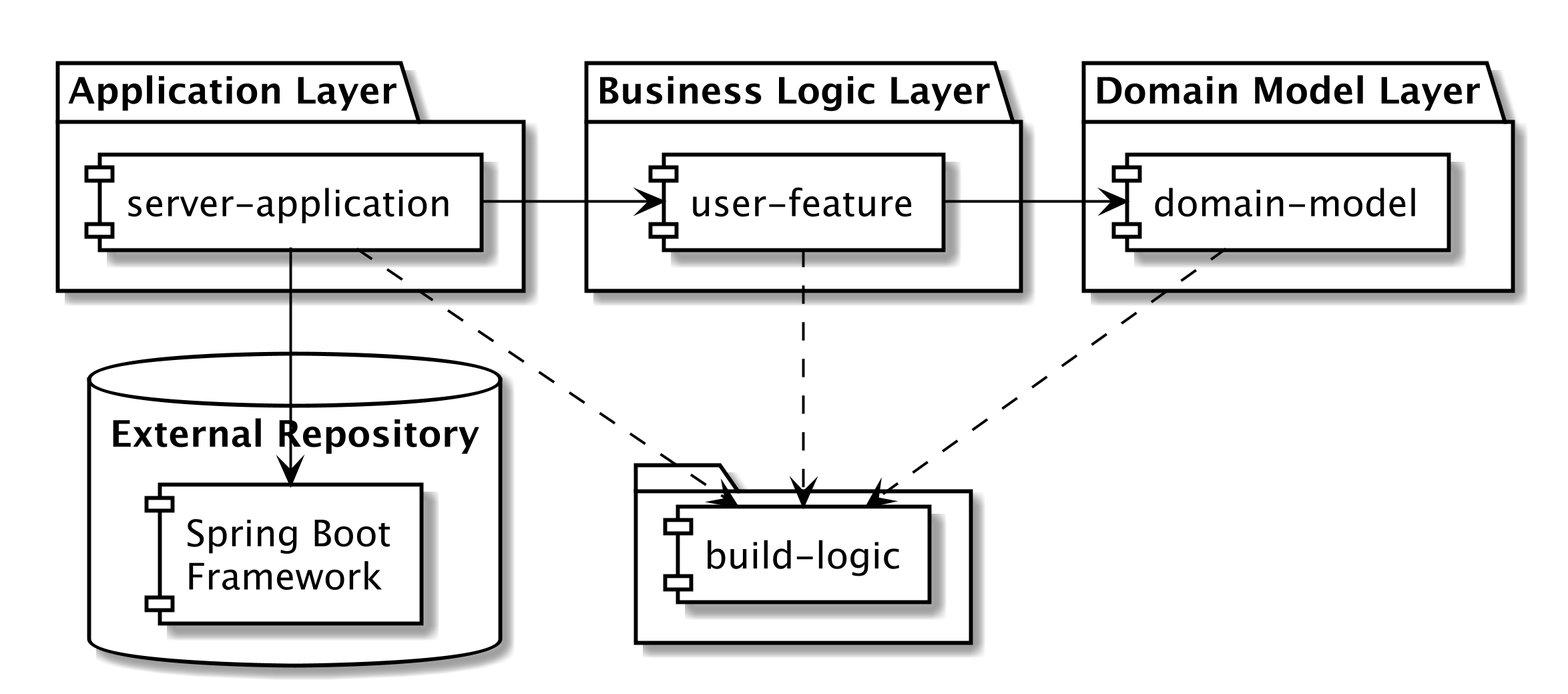
Earlier version of the PlantUML export images/product.png (jjohannes/joker-conf-2020). Its diagram source:
```plantuml
@startuml
scale 2400 width
skinparam monochrome true
skinparam component {
    BackgroundColor white
    BorderColor Black
	ArrowColor Black
}

database "External Repository" {
  [Spring Boot\nFramework] as SpringBoot
}

package "Application Layer" {
  [server-application]
}

package "Business Logic Layer" {
  [user-feature]
}

package "Domain Model Layer" {
  [domain-model]
}

[server-application] -down-> [SpringBoot]

folder {
   [build-logic]
}

[server-application] -right-> [user-feature]
[user-feature] -right-> [domain-model]

[server-application] ..> [build-logic]
[user-feature] ..> [build-logic]
[domain-model] ..> [build-logic]
@enduml
```
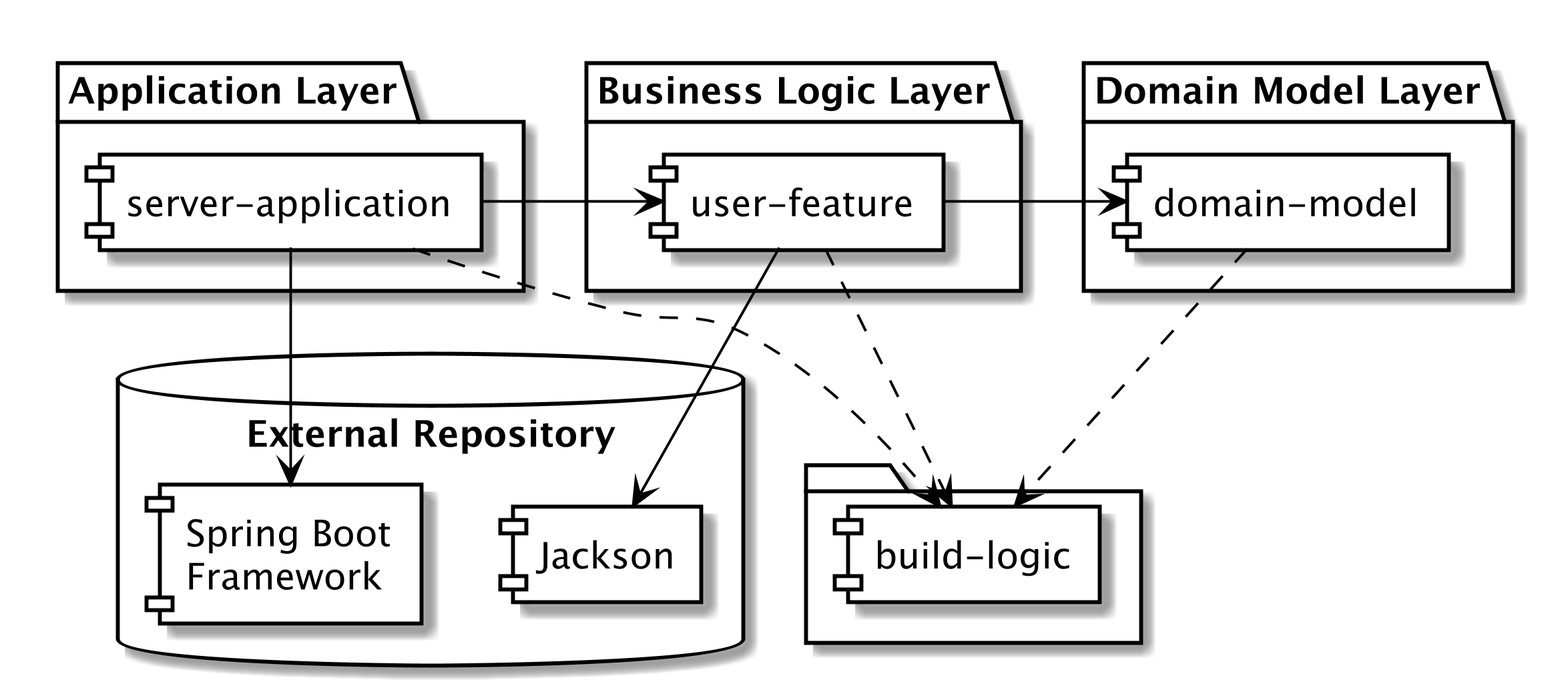
Later version of the same file.

The edit, as a diff of the source:
```diff
@@ -9,6 +9,7 @@
 
 database "External Repository" {
   [Spring Boot\nFramework] as SpringBoot
+  [Jackson]
 }
 
 package "Application Layer" {
@@ -24,6 +25,7 @@
 }
 
 [server-application] -down-> [SpringBoot]
+[user-feature] -> [Jackson]
 
 folder {
    [build-logic]
```
